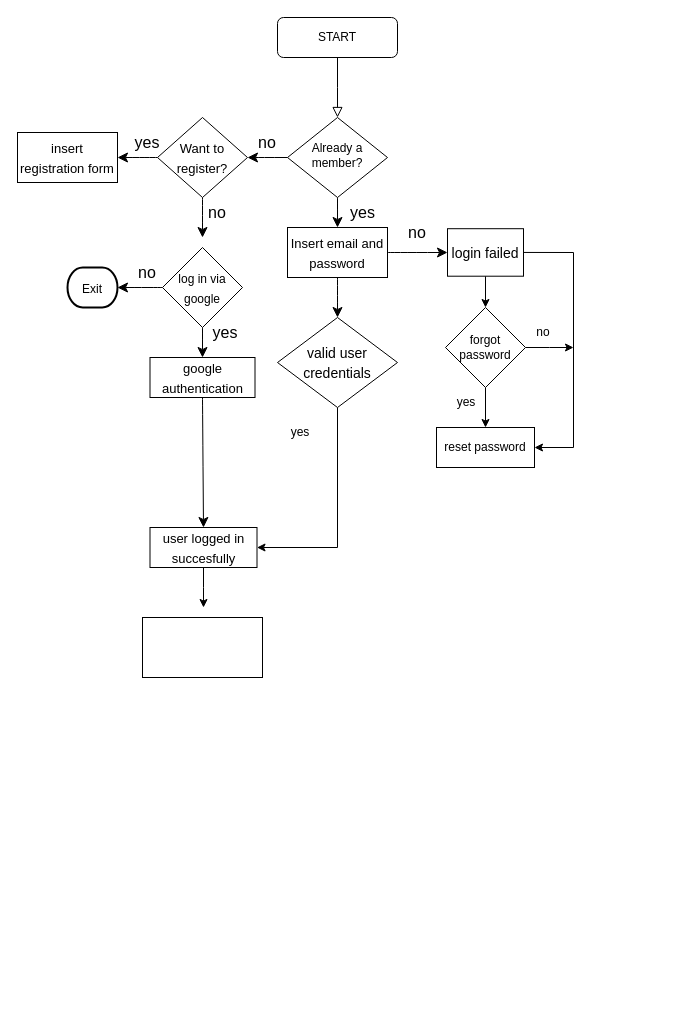
Above: page "m1" (1 of 4) of Untitled Diagram.drawio in daus7768/desktop-tutorial (draw.io), before the change. Source tidied: cells renumbered, new cells numbered last; positions are measured from the earlier drawing's top-left corner, leaving out a move shared by most shapes. Both pictures are drawn from the tidied source at 100%, with x=0, y=0 at pixel (17, 17).
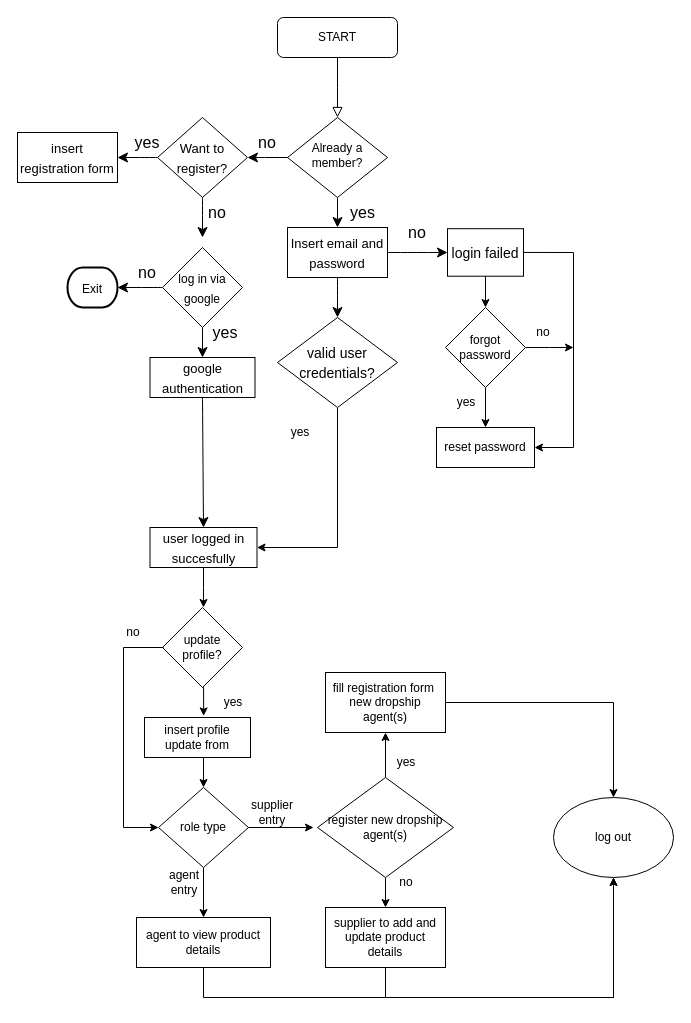
The same page after the edit.

Commit message:
sufyan daus

What changed in the source:
```diff
@@
-    <mxCell id="33" value="&lt;font style=&quot;font-size: 14px;&quot;&gt;valid user credentials&lt;/font&gt;" style="rhombus;whiteSpace=wrap;html=1;fontSize=16;" parent="1" vertex="1">
+    <mxCell id="33" value="&lt;font style=&quot;font-size: 14px;&quot;&gt;valid user credentials?&lt;/font&gt;" style="rhombus;whiteSpace=wrap;html=1;fontSize=16;" parent="1" vertex="1">
       <mxGeometry x="260" y="300" width="120" height="90" as="geometry" />
     </mxCell>
@@
-    <mxCell id="42" style="rounded=0;whiteSpace=wrap;html=1;" parent="1" vertex="1">
-      <mxGeometry x="125" y="600" width="120" height="60" as="geometry" />
-    </mxCell>
+    <mxCell id="43" style="edgeStyle=orthogonalEdgeStyle;rounded=0;jettySize=auto;html=1;exitX=0.5;exitY=1;exitDx=0;exitDy=0;entryX=0.558;entryY=-0.04;entryDx=0;entryDy=0;entryPerimeter=0;" parent="1" edge="1" source="44" target="48">
+      <mxGeometry relative="1" as="geometry" />
+    </mxCell>
+    <mxCell id="44" value="update profile?" style="rhombus;whiteSpace=wrap;html=1;" parent="1" vertex="1">
+      <mxGeometry x="145" y="590" width="80" height="80" as="geometry" />
+    </mxCell>
+    <mxCell id="45" style="edgeStyle=orthogonalEdgeStyle;rounded=0;jettySize=auto;html=1;exitX=1;exitY=1;exitDx=0;exitDy=0;entryX=0;entryY=0.5;entryDx=0;entryDy=0;" parent="1" edge="1" source="46" target="51">
+      <mxGeometry relative="1" as="geometry">
+        <Array as="points">
+          <mxPoint x="106" y="630" />
+          <mxPoint x="106" y="810" />
+        </Array>
+      </mxGeometry>
+    </mxCell>
+    <mxCell id="46" value="no" style="text;html=1;strokeColor=none;fillColor=none;align=center;verticalAlign=middle;whiteSpace=wrap;rounded=0;" parent="1" vertex="1">
+      <mxGeometry x="86" y="600" width="60" height="30" as="geometry" />
+    </mxCell>
+    <mxCell id="47" style="edgeStyle=orthogonalEdgeStyle;rounded=0;jettySize=auto;html=1;exitX=0.5;exitY=1;exitDx=0;exitDy=0;entryX=0.5;entryY=0;entryDx=0;entryDy=0;" parent="1" edge="1" source="48" target="51">
+      <mxGeometry relative="1" as="geometry" />
+    </mxCell>
+    <mxCell id="48" value="insert profile update from" style="rounded=0;whiteSpace=wrap;html=1;" parent="1" vertex="1">
+      <mxGeometry x="127" y="700" width="106" height="40" as="geometry" />
+    </mxCell>
+    <mxCell id="49" style="edgeStyle=orthogonalEdgeStyle;rounded=0;jettySize=auto;html=1;exitX=1;exitY=0.5;exitDx=0;exitDy=0;" parent="1" edge="1" source="51">
+      <mxGeometry relative="1" as="geometry">
+        <mxPoint x="296" y="810" as="targetPoint" />
+      </mxGeometry>
+    </mxCell>
+    <mxCell id="50" style="edgeStyle=orthogonalEdgeStyle;rounded=0;jettySize=auto;html=1;exitX=0.5;exitY=1;exitDx=0;exitDy=0;entryX=0.5;entryY=0;entryDx=0;entryDy=0;" parent="1" edge="1" source="51" target="53">
+      <mxGeometry relative="1" as="geometry" />
+    </mxCell>
+    <mxCell id="51" value="role type" style="rhombus;whiteSpace=wrap;html=1;" parent="1" vertex="1">
+      <mxGeometry x="141" y="770" width="90" height="80" as="geometry" />
+    </mxCell>
+    <mxCell id="52" style="edgeStyle=orthogonalEdgeStyle;rounded=0;jettySize=auto;html=1;exitX=0.5;exitY=1;exitDx=0;exitDy=0;entryX=0.5;entryY=1;entryDx=0;entryDy=0;" parent="1" edge="1" source="53" target="66">
+      <mxGeometry relative="1" as="geometry">
+        <Array as="points">
+          <mxPoint x="186" y="980" />
+          <mxPoint x="596" y="980" />
+        </Array>
+      </mxGeometry>
+    </mxCell>
+    <mxCell id="53" value="agent to view product details" style="rounded=0;whiteSpace=wrap;html=1;" parent="1" vertex="1">
+      <mxGeometry x="119" y="900" width="134" height="50" as="geometry" />
+    </mxCell>
+    <mxCell id="54" value="yes" style="text;html=1;strokeColor=none;fillColor=none;align=center;verticalAlign=middle;whiteSpace=wrap;rounded=0;" parent="1" vertex="1">
+      <mxGeometry x="186" y="670" width="60" height="30" as="geometry" />
+    </mxCell>
+    <mxCell id="55" value="supplier entry" style="text;html=1;strokeColor=none;fillColor=none;align=center;verticalAlign=middle;whiteSpace=wrap;rounded=0;" parent="1" vertex="1">
+      <mxGeometry x="225" y="780" width="60" height="30" as="geometry" />
+    </mxCell>
+    <mxCell id="56" value="agent entry" style="text;html=1;strokeColor=none;fillColor=none;align=center;verticalAlign=middle;whiteSpace=wrap;rounded=0;" parent="1" vertex="1">
+      <mxGeometry x="137" y="850" width="60" height="30" as="geometry" />
+    </mxCell>
+    <mxCell id="57" style="edgeStyle=orthogonalEdgeStyle;rounded=0;jettySize=auto;html=1;exitX=0.5;exitY=0;exitDx=0;exitDy=0;entryX=0.5;entryY=1;entryDx=0;entryDy=0;" parent="1" edge="1" source="59" target="61">
+      <mxGeometry relative="1" as="geometry" />
+    </mxCell>
+    <mxCell id="58" style="edgeStyle=orthogonalEdgeStyle;rounded=0;jettySize=auto;html=1;exitX=0.5;exitY=1;exitDx=0;exitDy=0;" parent="1" edge="1" source="59">
+      <mxGeometry relative="1" as="geometry">
+        <mxPoint x="368" y="890" as="targetPoint" />
+      </mxGeometry>
+    </mxCell>
+    <mxCell id="59" value="register new dropship agent(s)" style="rhombus;whiteSpace=wrap;html=1;" parent="1" vertex="1">
+      <mxGeometry x="300" y="760" width="136" height="100" as="geometry" />
+    </mxCell>
+    <mxCell id="60" style="edgeStyle=orthogonalEdgeStyle;rounded=0;jettySize=auto;html=1;exitX=1;exitY=0.5;exitDx=0;exitDy=0;entryX=0.5;entryY=0;entryDx=0;entryDy=0;" parent="1" edge="1" source="61" target="66">
+      <mxGeometry relative="1" as="geometry" />
+    </mxCell>
+    <mxCell id="61" value="fill registration form&amp;nbsp; new dropship agent(s)" style="rounded=0;whiteSpace=wrap;html=1;" parent="1" vertex="1">
+      <mxGeometry x="308" y="655" width="120" height="60" as="geometry" />
+    </mxCell>
+    <mxCell id="62" value="yes" style="text;html=1;strokeColor=none;fillColor=none;align=center;verticalAlign=middle;whiteSpace=wrap;rounded=0;" parent="1" vertex="1">
+      <mxGeometry x="359" y="730" width="60" height="30" as="geometry" />
+    </mxCell>
+    <mxCell id="63" style="edgeStyle=orthogonalEdgeStyle;rounded=0;jettySize=auto;html=1;exitX=0.5;exitY=1;exitDx=0;exitDy=0;entryX=0.5;entryY=1;entryDx=0;entryDy=0;" parent="1" edge="1" source="64" target="66">
+      <mxGeometry relative="1" as="geometry">
+        <Array as="points">
+          <mxPoint x="368" y="980" />
+          <mxPoint x="596" y="980" />
+        </Array>
+      </mxGeometry>
+    </mxCell>
+    <mxCell id="64" value="supplier to add and update product details" style="rounded=0;whiteSpace=wrap;html=1;" parent="1" vertex="1">
+      <mxGeometry x="308" y="890" width="120" height="60" as="geometry" />
+    </mxCell>
+    <mxCell id="65" value="no" style="text;html=1;strokeColor=none;fillColor=none;align=center;verticalAlign=middle;whiteSpace=wrap;rounded=0;" parent="1" vertex="1">
+      <mxGeometry x="359" y="850" width="60" height="30" as="geometry" />
+    </mxCell>
+    <mxCell id="66" value="log out" style="ellipse;whiteSpace=wrap;html=1;" parent="1" vertex="1">
+      <mxGeometry x="536" y="780" width="120" height="80" as="geometry" />
+    </mxCell>
```
